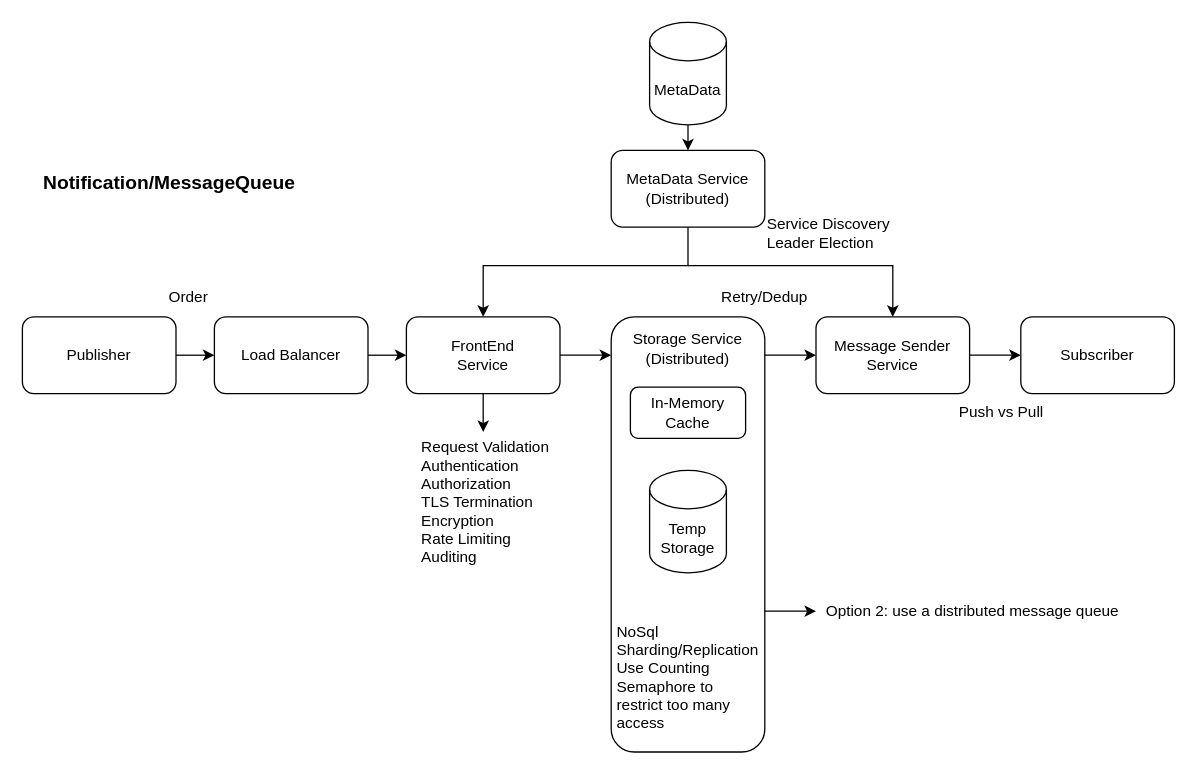
Above: Notification_MessageQ.drawio in xwq172677170/SysdDiagram (draw.io), before the change. Source tidied: cells renumbered, new cells numbered last; positions are measured from the earlier drawing's top-left corner, leaving out a move shared by most shapes. Both pictures are drawn from the tidied source at 128%, with x=0, y=0 at pixel (22, 22).
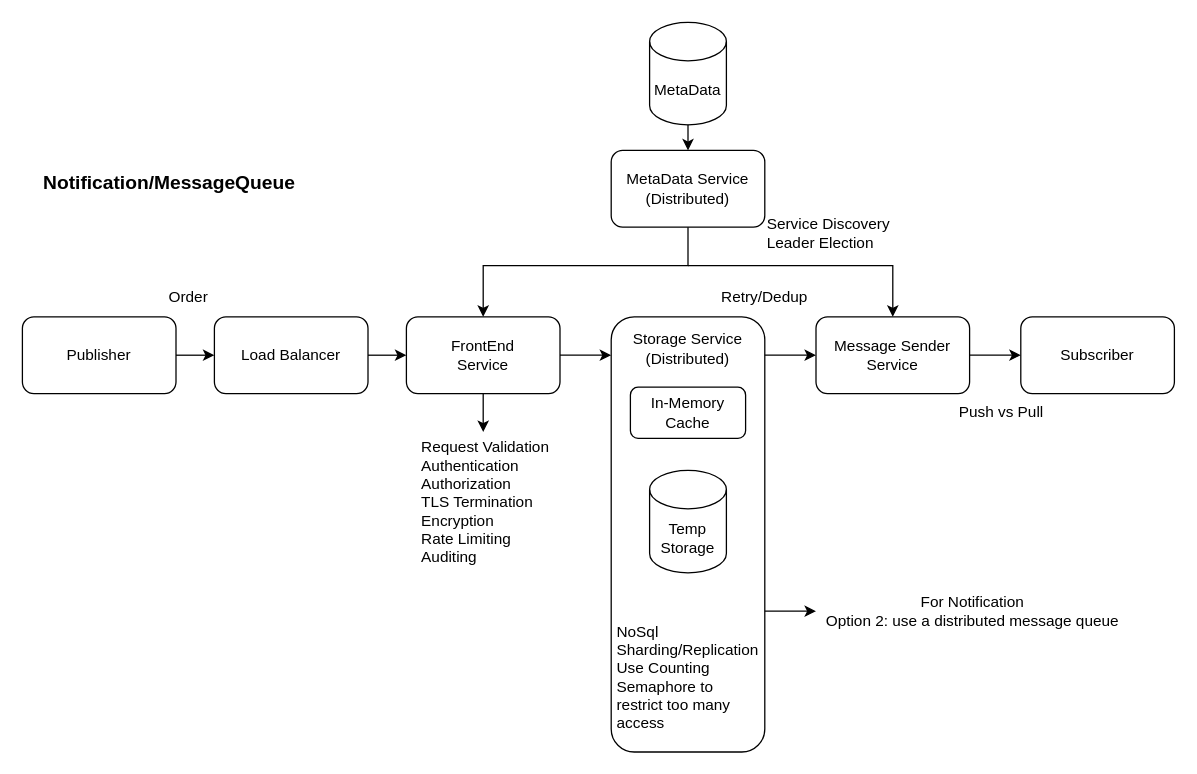
The same diagram, later.

What changed in the source:
```diff
@@
-    <mxCell id="29" value="Option 2: use a distributed message queue" style="text;html=1;strokeColor=none;fillColor=none;align=center;verticalAlign=middle;whiteSpace=wrap;rounded=0;" parent="1" vertex="1">
+    <mxCell id="29" value="For Notification&lt;br&gt;Option 2: use a distributed message queue" style="text;html=1;strokeColor=none;fillColor=none;align=center;verticalAlign=middle;whiteSpace=wrap;rounded=0;" parent="1" vertex="1">
       <mxGeometry x="620" y="420" width="245" height="80" as="geometry" />
     </mxCell>
```
